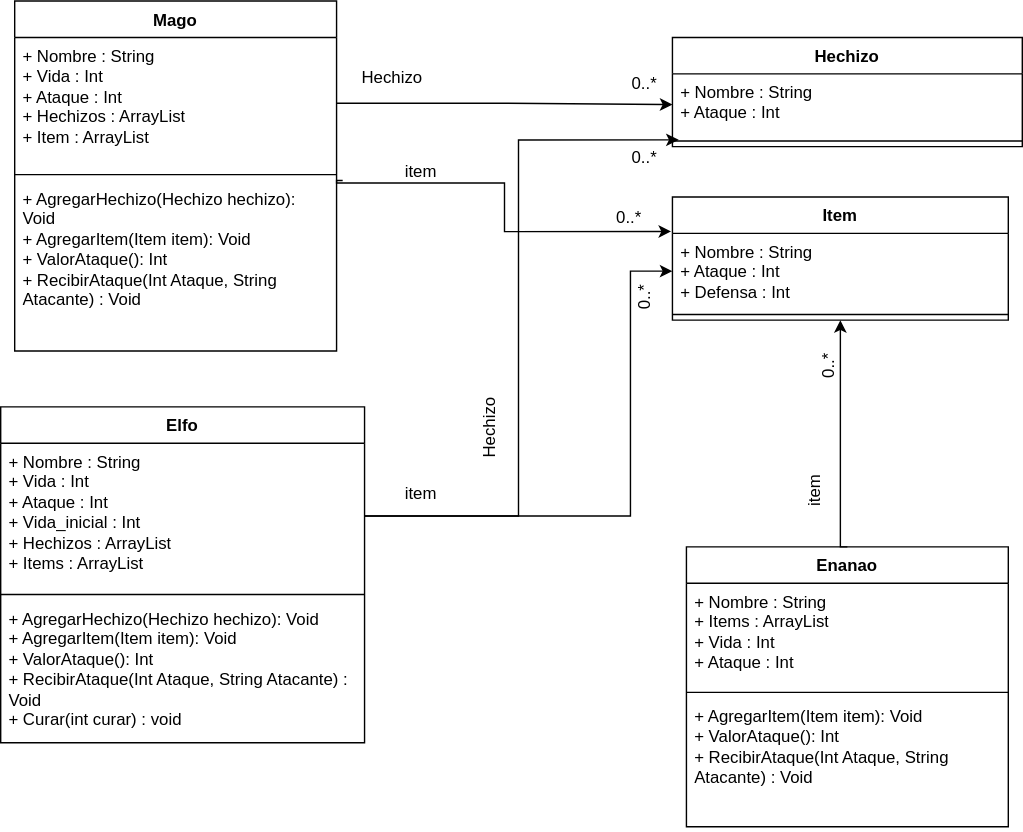
This is src/Program/diagrama de clases RolePlayGame.svg from ThiagoAGarcia/RoleplayGame, a draw.io export, as it was before one commit. Source tidied: cells renumbered, new cells last; positions are measured from the earlier drawing's top-left corner, leaving out a move shared by most shapes.
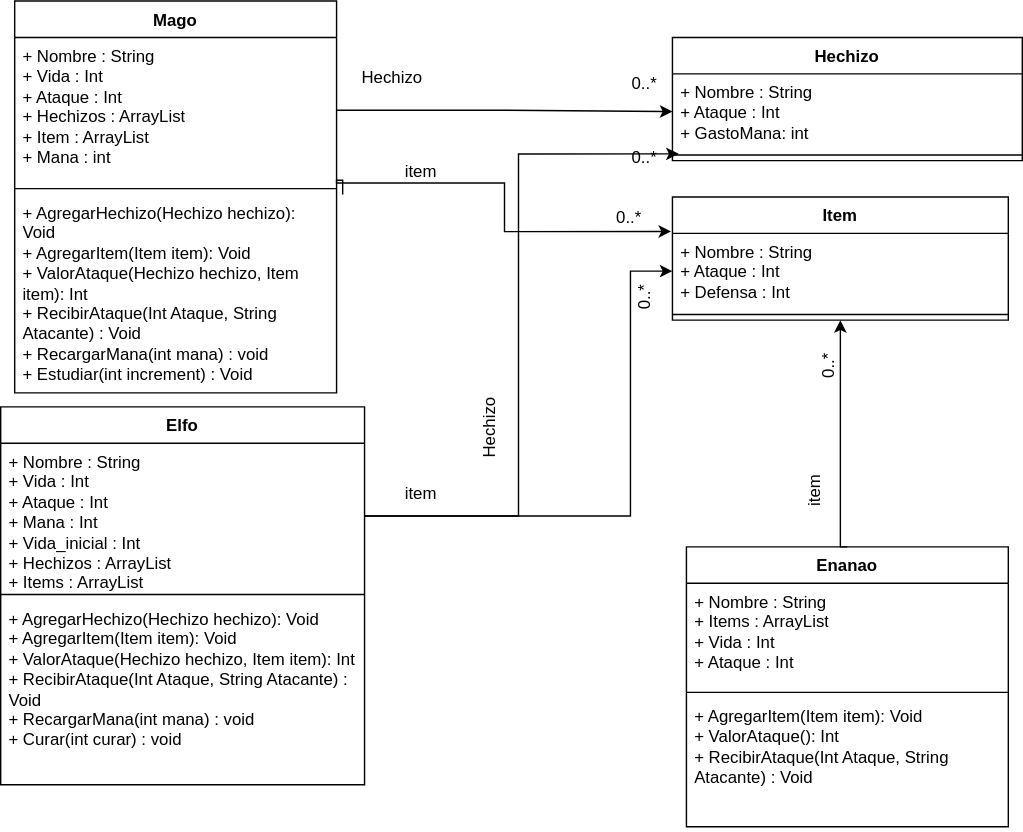
The same diagram one commit later.

The edit, as a diff of the source:
```diff
@@ -3,25 +3,25 @@
     <mxCell id="0" />
     <mxCell id="1" parent="0" />
     <mxCell id="2" value="Mago" style="swimlane;fontStyle=1;align=center;verticalAlign=top;horizontal=1;startSize=26;whiteSpace=wrap;html=1;" parent="1" vertex="1">
-      <mxGeometry x="10" width="230" height="250" as="geometry" />
+      <mxGeometry x="10" width="230" height="280" as="geometry" />
     </mxCell>
-    <mxCell id="3" value="+ Nombre : String&lt;br&gt;+ Vida : Int&lt;br&gt;+ Ataque : Int&lt;br&gt;+ Hechizos : ArrayList&lt;br&gt;+ Item : ArrayList&lt;br&gt;" style="text;strokeColor=none;fillColor=none;align=left;verticalAlign=top;spacingLeft=4;spacingRight=4;overflow=hidden;points=[[0,0.5],[1,0.5]];portConstraint=eastwest;whiteSpace=wrap;html=1;" parent="2" vertex="1">
-      <mxGeometry y="26" width="230" height="94" as="geometry" />
+    <mxCell id="3" value="+ Nombre : String&lt;br&gt;+ Vida : Int&lt;br&gt;+ Ataque : Int&lt;br&gt;+ Hechizos : ArrayList&lt;br&gt;+ Item : ArrayList&lt;br&gt;+ Mana : int" style="text;strokeColor=none;fillColor=none;align=left;verticalAlign=top;spacingLeft=4;spacingRight=4;overflow=hidden;points=[[0,0.5],[1,0.5]];portConstraint=eastwest;whiteSpace=wrap;html=1;" parent="2" vertex="1">
+      <mxGeometry y="26" width="230" height="104" as="geometry" />
     </mxCell>
     <mxCell id="4" style="line;strokeWidth=1;fillColor=none;align=left;verticalAlign=middle;spacingTop=-1;spacingLeft=3;spacingRight=3;labelPosition=right;strokeColor=inherit;" parent="2" vertex="1">
-      <mxGeometry y="120" width="230" height="8" as="geometry" />
+      <mxGeometry y="130" width="230" height="8" as="geometry" />
     </mxCell>
-    <mxCell id="5" value="+ AgregarHechizo(Hechizo hechizo): Void&lt;br&gt;+ AgregarItem(Item item): Void&lt;br&gt;+ ValorAtaque(): Int&lt;br&gt;+ RecibirAtaque(Int Ataque, String Atacante) : Void" style="text;strokeColor=none;fillColor=none;align=left;verticalAlign=top;spacingLeft=4;spacingRight=4;overflow=hidden;points=[[0,0.5],[1,0.5]];portConstraint=eastwest;whiteSpace=wrap;html=1;" parent="2" vertex="1">
-      <mxGeometry y="128" width="230" height="122" as="geometry" />
+    <mxCell id="5" value="+ AgregarHechizo(Hechizo hechizo): Void&lt;br&gt;+ AgregarItem(Item item): Void&lt;br&gt;+ ValorAtaque(Hechizo hechizo, Item item): Int&lt;br&gt;+ RecibirAtaque(Int Ataque, String Atacante) : Void&lt;br&gt;+ RecargarMana(int mana) : void&lt;br&gt;+ Estudiar(int increment) : Void" style="text;strokeColor=none;fillColor=none;align=left;verticalAlign=top;spacingLeft=4;spacingRight=4;overflow=hidden;points=[[0,0.5],[1,0.5]];portConstraint=eastwest;whiteSpace=wrap;html=1;" parent="2" vertex="1">
+      <mxGeometry y="138" width="230" height="142" as="geometry" />
     </mxCell>
     <mxCell id="6" value="Hechizo" style="swimlane;fontStyle=1;align=center;verticalAlign=top;horizontal=1;startSize=26;whiteSpace=wrap;html=1;" parent="1" vertex="1">
-      <mxGeometry x="480" y="26" width="250" height="78" as="geometry" />
+      <mxGeometry x="480" y="26" width="250" height="88" as="geometry" />
     </mxCell>
-    <mxCell id="7" value="+ Nombre : String&lt;br&gt;+ Ataque : Int" style="text;strokeColor=none;fillColor=none;align=left;verticalAlign=top;spacingLeft=4;spacingRight=4;overflow=hidden;points=[[0,0.5],[1,0.5]];portConstraint=eastwest;whiteSpace=wrap;html=1;" parent="6" vertex="1">
-      <mxGeometry y="26" width="250" height="44" as="geometry" />
+    <mxCell id="7" value="+ Nombre : String&lt;br&gt;+ Ataque : Int&lt;br&gt;+ GastoMana: int" style="text;strokeColor=none;fillColor=none;align=left;verticalAlign=top;spacingLeft=4;spacingRight=4;overflow=hidden;points=[[0,0.5],[1,0.5]];portConstraint=eastwest;whiteSpace=wrap;html=1;" parent="6" vertex="1">
+      <mxGeometry y="26" width="250" height="54" as="geometry" />
     </mxCell>
     <mxCell id="8" style="line;strokeWidth=1;fillColor=none;align=left;verticalAlign=middle;spacingTop=-1;spacingLeft=3;spacingRight=3;labelPosition=right;points=[];portConstraint=eastwest;strokeColor=inherit;" parent="6" vertex="1">
-      <mxGeometry y="70" width="250" height="8" as="geometry" />
+      <mxGeometry y="80" width="250" height="8" as="geometry" />
     </mxCell>
     <mxCell id="9" value="Item" style="swimlane;fontStyle=1;align=center;verticalAlign=top;horizontal=1;startSize=26;whiteSpace=wrap;html=1;" parent="1" vertex="1">
       <mxGeometry x="480" y="140" width="240" height="88" as="geometry" />
@@ -53,16 +53,16 @@
       </mxGeometry>
     </mxCell>
     <mxCell id="17" value="Elfo" style="swimlane;fontStyle=1;align=center;verticalAlign=top;horizontal=1;startSize=26;whiteSpace=wrap;html=1;" parent="1" vertex="1">
-      <mxGeometry y="290" width="260" height="240" as="geometry" />
+      <mxGeometry y="290" width="260" height="270" as="geometry" />
     </mxCell>
-    <mxCell id="18" value="+ Nombre : String&lt;br&gt;+ Vida : Int&lt;br&gt;+ Ataque : Int&lt;br&gt;+ Vida_inicial : Int&lt;br&gt;+ Hechizos : ArrayList&lt;br&gt;+ Items : ArrayList" style="text;strokeColor=none;fillColor=none;align=left;verticalAlign=top;spacingLeft=4;spacingRight=4;overflow=hidden;points=[[0,0.5],[1,0.5]];portConstraint=eastwest;whiteSpace=wrap;html=1;" parent="17" vertex="1">
+    <mxCell id="18" value="+ Nombre : String&lt;br&gt;+ Vida : Int&lt;br&gt;+ Ataque : Int&lt;br&gt;+ Mana : Int&lt;br&gt;+ Vida_inicial : Int&lt;br&gt;+ Hechizos : ArrayList&lt;br&gt;+ Items : ArrayList" style="text;strokeColor=none;fillColor=none;align=left;verticalAlign=top;spacingLeft=4;spacingRight=4;overflow=hidden;points=[[0,0.5],[1,0.5]];portConstraint=eastwest;whiteSpace=wrap;html=1;" parent="17" vertex="1">
       <mxGeometry y="26" width="260" height="104" as="geometry" />
     </mxCell>
     <mxCell id="19" style="line;strokeWidth=1;fillColor=none;align=left;verticalAlign=middle;spacingTop=-1;spacingLeft=3;spacingRight=3;labelPosition=right;strokeColor=inherit;" parent="17" vertex="1">
       <mxGeometry y="130" width="260" height="8" as="geometry" />
     </mxCell>
-    <mxCell id="20" value="+ AgregarHechizo(Hechizo hechizo): Void&lt;br style=&quot;border-color: var(--border-color);&quot;&gt;+ AgregarItem(Item item): Void&lt;br style=&quot;border-color: var(--border-color);&quot;&gt;+ ValorAtaque(): Int&lt;br style=&quot;border-color: var(--border-color);&quot;&gt;+ RecibirAtaque(Int Ataque, String Atacante) : Void&lt;br&gt;+ Curar(int curar) : void" style="text;strokeColor=none;fillColor=none;align=left;verticalAlign=top;spacingLeft=4;spacingRight=4;overflow=hidden;whiteSpace=wrap;html=1;" parent="17" vertex="1">
-      <mxGeometry y="138" width="260" height="102" as="geometry" />
+    <mxCell id="20" value="+ AgregarHechizo(Hechizo hechizo): Void&lt;br style=&quot;border-color: var(--border-color);&quot;&gt;+ AgregarItem(Item item): Void&lt;br style=&quot;border-color: var(--border-color);&quot;&gt;+ ValorAtaque(Hechizo hechizo, Item item): Int&lt;br style=&quot;border-color: var(--border-color);&quot;&gt;+ RecibirAtaque(Int Ataque, String Atacante) : Void&lt;br style=&quot;border-color: var(--border-color);&quot;&gt;+ RecargarMana(int mana) : void&lt;br&gt;+ Curar(int curar) : void" style="text;strokeColor=none;fillColor=none;align=left;verticalAlign=top;spacingLeft=4;spacingRight=4;overflow=hidden;whiteSpace=wrap;html=1;" parent="17" vertex="1">
+      <mxGeometry y="138" width="260" height="132" as="geometry" />
     </mxCell>
     <mxCell id="21" style="edgeStyle=orthogonalEdgeStyle;rounded=0;jettySize=auto;html=1;" parent="1" edge="1" source="3" target="7">
       <mxGeometry relative="1" as="geometry" />
```
